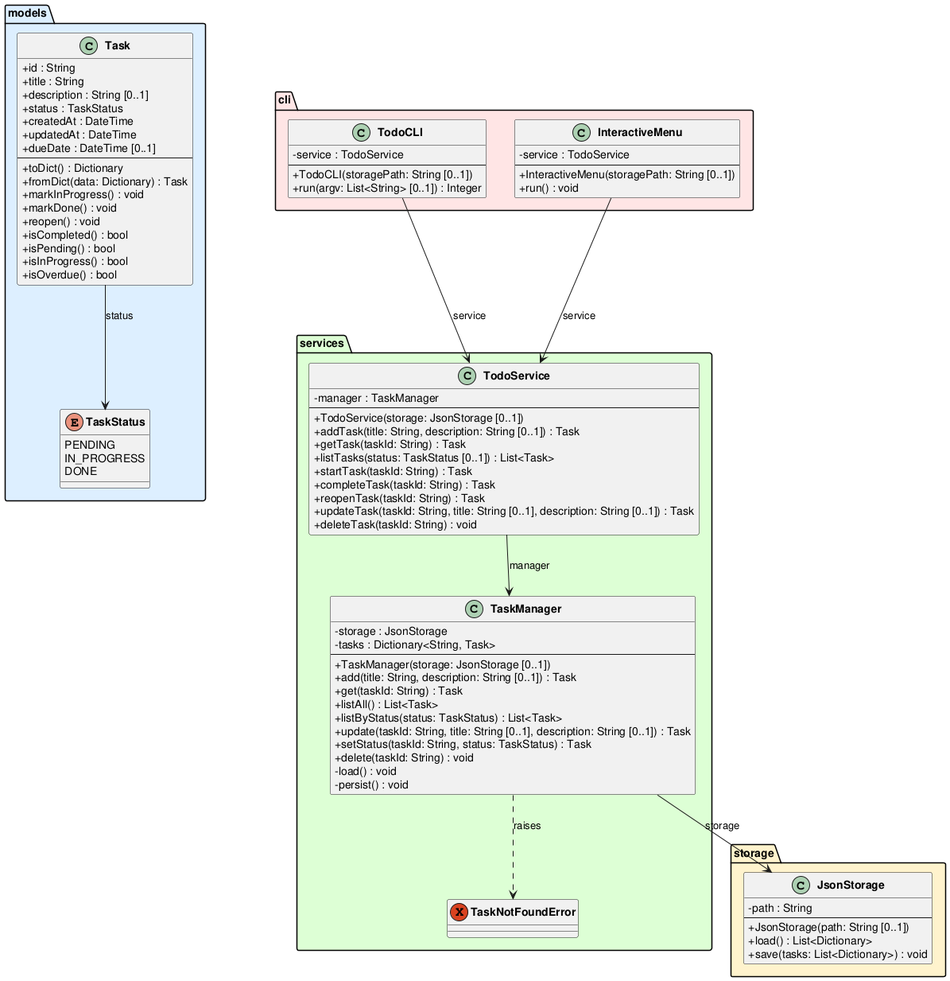
This is experiments/broadcast/test_driven/TODO/artifacts/class_diagram.png from DanielRiha8906/Software_autoevolution_using_agents, a PlantUML export, as it was before one commit.
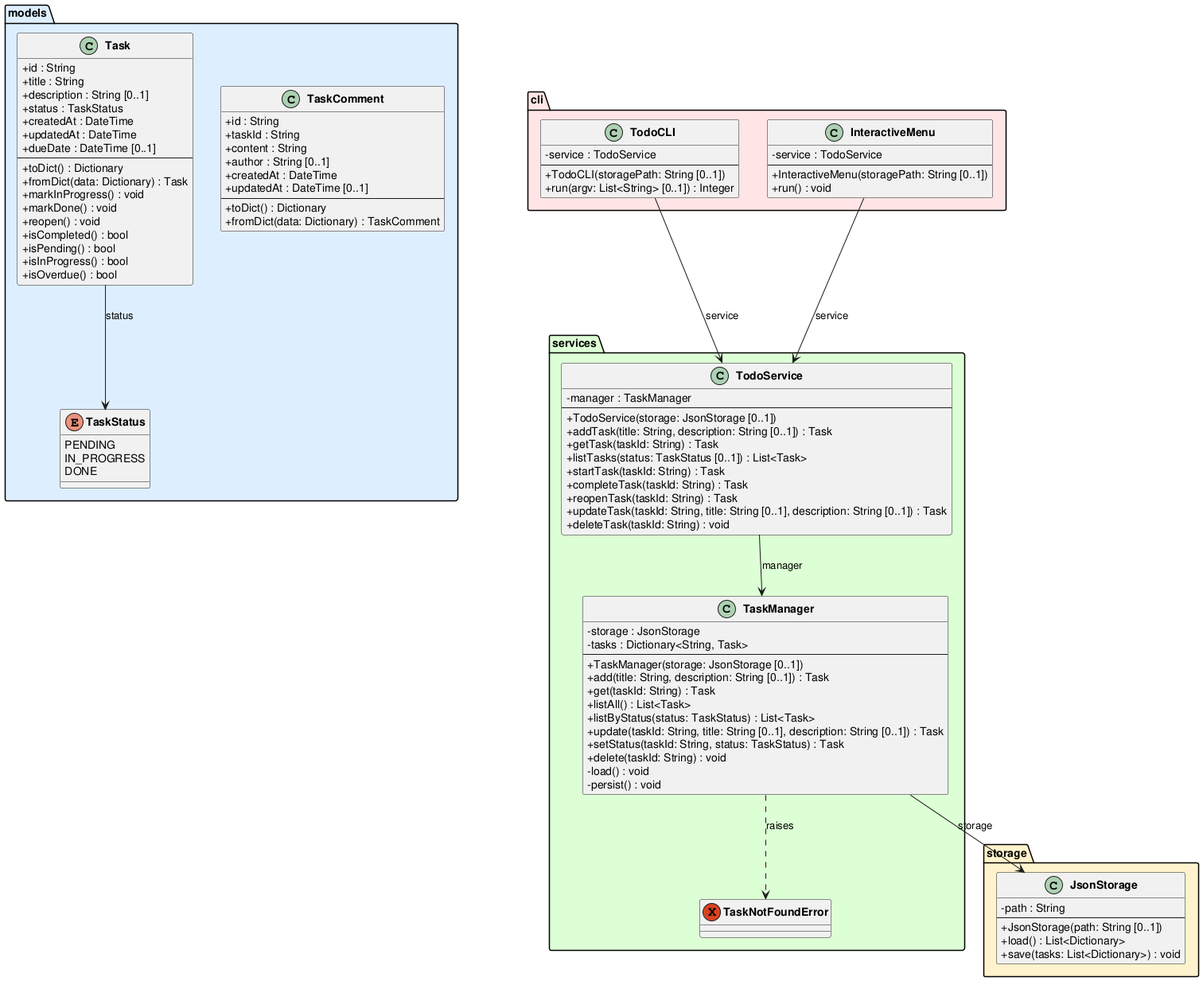
After the change.

The edit, as a diff of the source:
```diff
@@ -28,6 +28,18 @@
         +isPending() : bool
         +isInProgress() : bool
         +isOverdue() : bool
+    }
+
+    class TaskComment {
+        +id : String
+        +taskId : String
+        +content : String
+        +author : String [0..1]
+        +createdAt : DateTime
+        +updatedAt : DateTime [0..1]
+        --
+        +toDict() : Dictionary
+        +fromDict(data: Dictionary) : TaskComment
     }
 }
 
```
